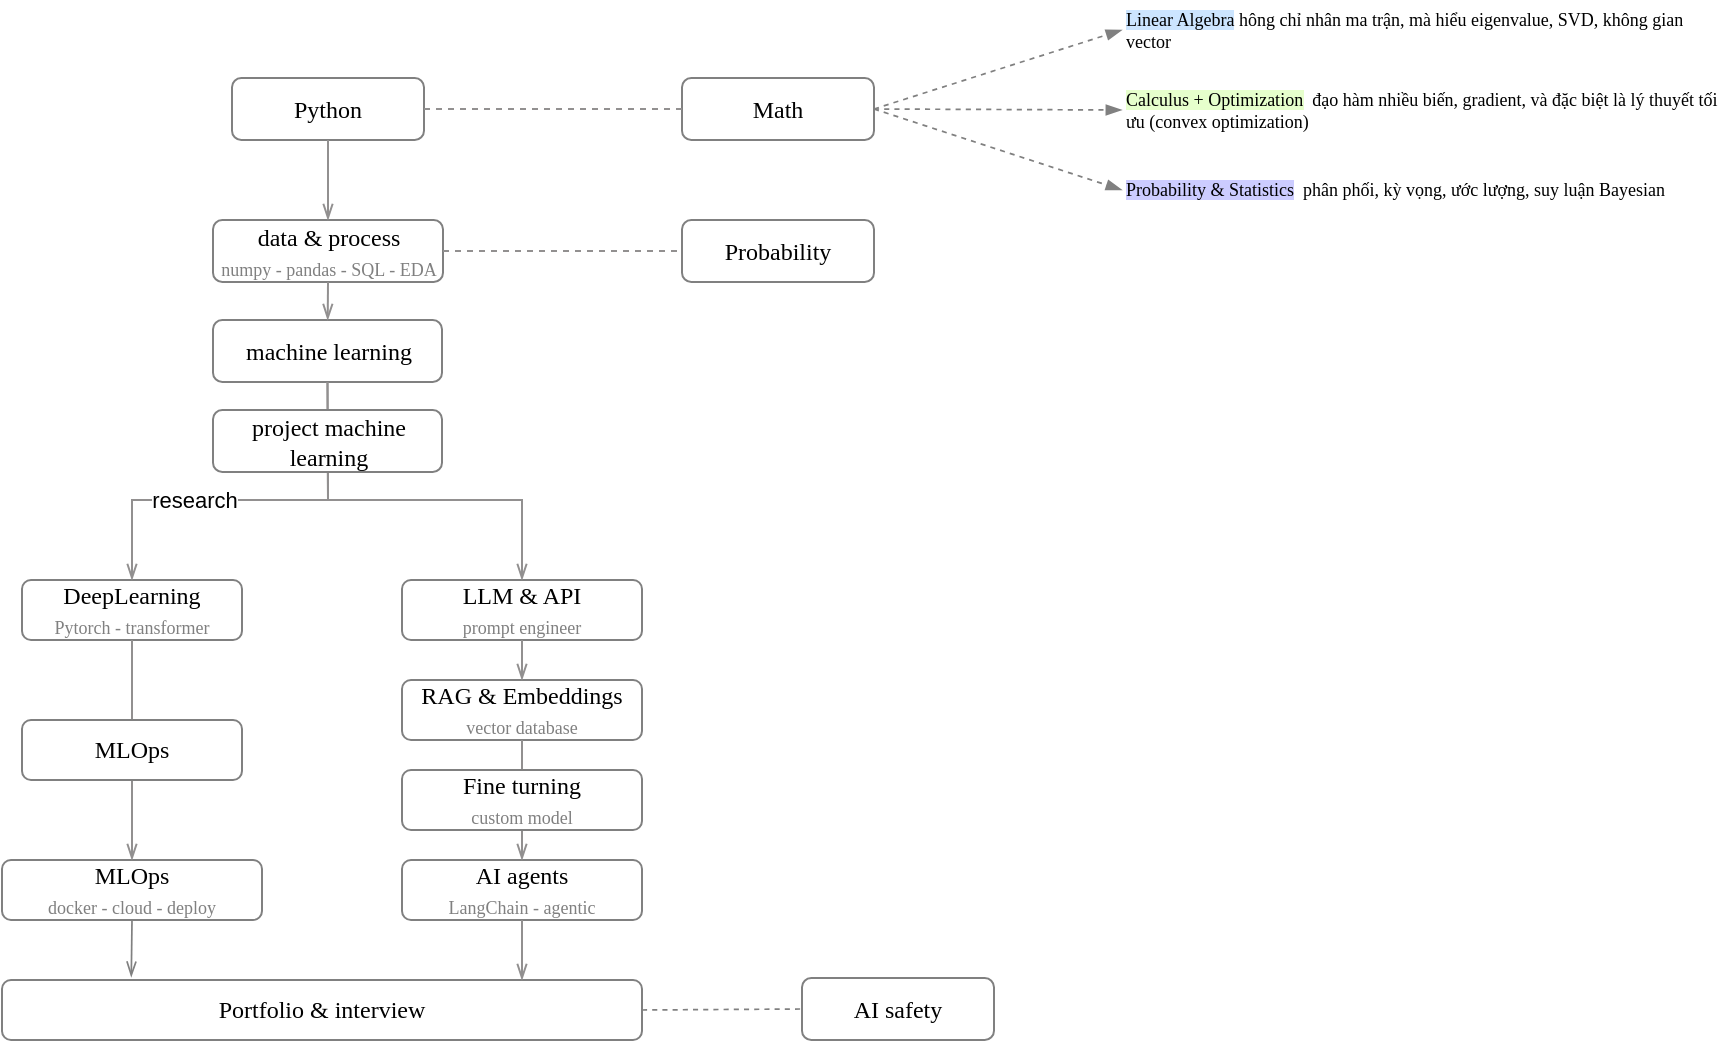
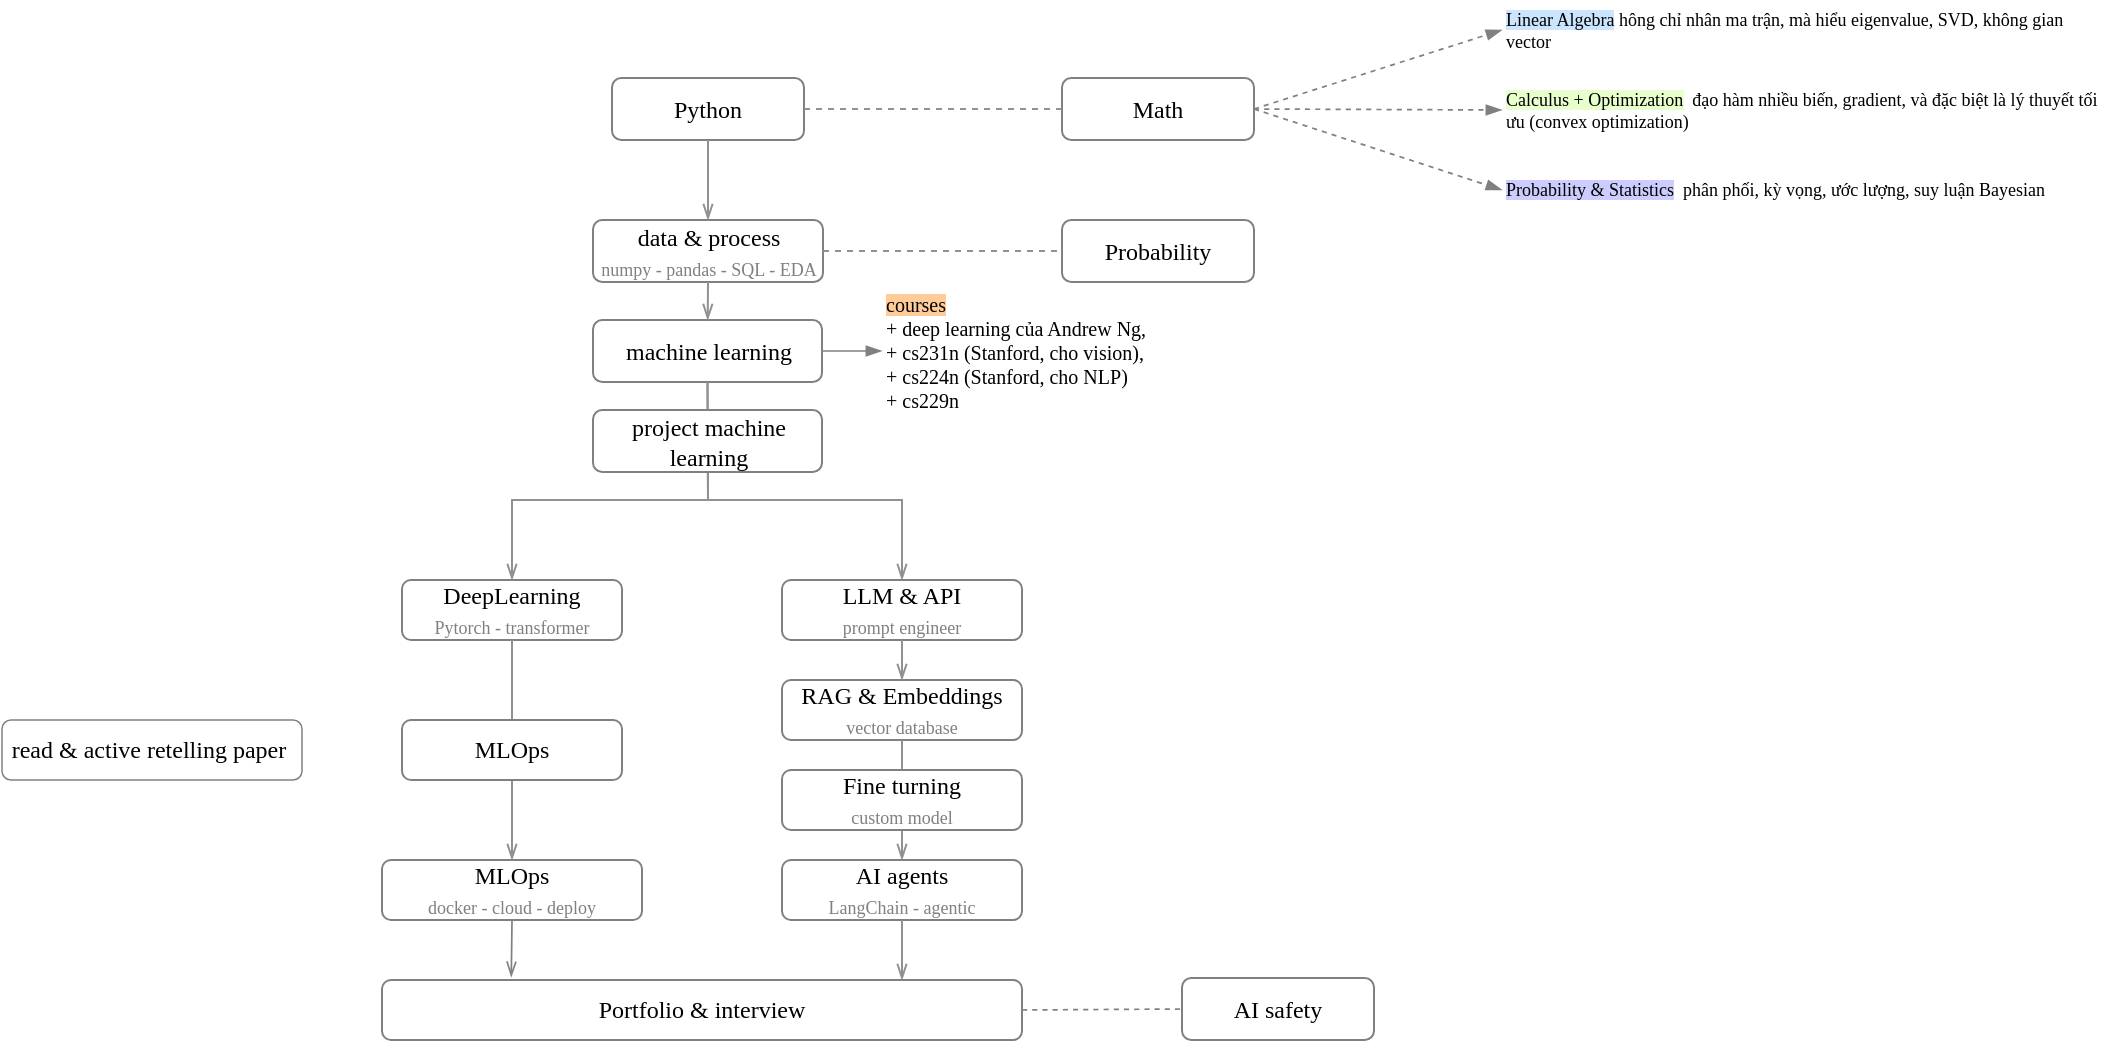
<mxfile host="app.diagrams.net" agent="Mozilla/5.0 (Macintosh; Intel Mac OS X 10_15_7) AppleWebKit/537.36 (KHTML, like Gecko) draw.io/29.3.0 Chrome/140.0.7339.249 Electron/38.7.2 Safari/537.36" pages="4">
  <diagram name="overview" id="cAlCBEzrJN6Ur7Pin5lN">
-     <mxGraphModel dx="790" dy="352" grid="1" gridSize="10" guides="1" tooltips="1" connect="1" arrows="1" fold="1" page="1" pageScale="1" pageWidth="827" pageHeight="1169" math="0" shadow="0">
+     <mxGraphModel dx="1149" dy="512" grid="1" gridSize="10" guides="1" tooltips="1" connect="1" arrows="1" fold="1" page="1" pageScale="1" pageWidth="827" pageHeight="1169" math="0" shadow="0">
      <root>
        <mxCell id="0" />
        <mxCell id="1" parent="0" />
        <mxCell id="zTdwEjZ7j_-9_ITJUfBh-1" parent="1" style="rounded=1;whiteSpace=wrap;html=1;fontFamily=Comic Sans MS;strokeColor=#808080;" value="Python" vertex="1">
          <mxGeometry height="31" width="96" x="315" y="489" as="geometry" />
        </mxCell>
        <mxCell id="zTdwEjZ7j_-9_ITJUfBh-2" parent="1" style="rounded=1;whiteSpace=wrap;html=1;fontFamily=Comic Sans MS;strokeColor=#808080;" value="Math" vertex="1">
          <mxGeometry height="31" width="96" x="540" y="489" as="geometry" />
        </mxCell>
        <mxCell id="zTdwEjZ7j_-9_ITJUfBh-4" parent="1" style="rounded=1;whiteSpace=wrap;html=1;fontFamily=Comic Sans MS;strokeColor=#808080;" value="data &amp;amp; process&lt;div&gt;&lt;font style=&quot;font-size: 9px; color: rgb(128, 128, 128);&quot;&gt;numpy - pandas - SQL - EDA&lt;/font&gt;&lt;/div&gt;" vertex="1">
          <mxGeometry height="31" width="115" x="305.5" y="560" as="geometry" />
        </mxCell>
        <mxCell id="zTdwEjZ7j_-9_ITJUfBh-5" parent="1" style="rounded=1;whiteSpace=wrap;html=1;fontFamily=Comic Sans MS;strokeColor=#808080;" value="Probability" vertex="1">
          <mxGeometry height="31" width="96" x="540" y="560" as="geometry" />
        </mxCell>
        <mxCell id="zTdwEjZ7j_-9_ITJUfBh-6" edge="1" parent="1" source="zTdwEjZ7j_-9_ITJUfBh-4" style="endArrow=none;html=1;rounded=0;endFill=0;strokeColor=light-dark(#929090, #ededed);entryX=0;entryY=0.5;entryDx=0;entryDy=0;exitX=1;exitY=0.5;exitDx=0;exitDy=0;dashed=1;" target="zTdwEjZ7j_-9_ITJUfBh-5" value="">
          <mxGeometry height="50" relative="1" width="50" as="geometry">
            <mxPoint x="350" y="560" as="sourcePoint" />
            <mxPoint x="400" y="510" as="targetPoint" />
          </mxGeometry>
        </mxCell>
        <mxCell id="zTdwEjZ7j_-9_ITJUfBh-7" edge="1" parent="1" source="zTdwEjZ7j_-9_ITJUfBh-1" style="endArrow=none;html=1;rounded=0;endFill=0;strokeColor=light-dark(#929090, #ededed);exitX=1;exitY=0.5;exitDx=0;exitDy=0;entryX=0;entryY=0.5;entryDx=0;entryDy=0;dashed=1;" target="zTdwEjZ7j_-9_ITJUfBh-2" value="">
          <mxGeometry height="50" relative="1" width="50" as="geometry">
            <mxPoint x="350" y="575" as="sourcePoint" />
            <mxPoint x="500" y="525" as="targetPoint" />
          </mxGeometry>
        </mxCell>
        <mxCell id="zTdwEjZ7j_-9_ITJUfBh-8" parent="1" style="rounded=1;whiteSpace=wrap;html=1;fontFamily=Comic Sans MS;strokeColor=#808080;" value="machine learning" vertex="1">
          <mxGeometry height="31" width="114.5" x="305.5" y="610" as="geometry" />
        </mxCell>
        <mxCell id="zTdwEjZ7j_-9_ITJUfBh-9" edge="1" parent="1" source="zTdwEjZ7j_-9_ITJUfBh-1" style="endArrow=openThin;html=1;rounded=0;endFill=0;strokeColor=light-dark(#929090, #ededed);exitX=0.5;exitY=1;exitDx=0;exitDy=0;" target="zTdwEjZ7j_-9_ITJUfBh-4" value="">
          <mxGeometry height="50" relative="1" width="50" as="geometry">
            <mxPoint x="350" y="560" as="sourcePoint" />
            <mxPoint x="400" y="510" as="targetPoint" />
          </mxGeometry>
        </mxCell>
        <mxCell id="zTdwEjZ7j_-9_ITJUfBh-10" edge="1" parent="1" source="zTdwEjZ7j_-9_ITJUfBh-4" style="endArrow=openThin;html=1;rounded=0;endFill=0;strokeColor=light-dark(#929090, #ededed);exitX=0.5;exitY=1;exitDx=0;exitDy=0;" target="zTdwEjZ7j_-9_ITJUfBh-8" value="">
          <mxGeometry height="50" relative="1" width="50" as="geometry">
            <mxPoint x="350" y="560" as="sourcePoint" />
            <mxPoint x="400" y="510" as="targetPoint" />
          </mxGeometry>
        </mxCell>
        <mxCell id="zTdwEjZ7j_-9_ITJUfBh-11" parent="1" style="rounded=1;whiteSpace=wrap;html=1;fontFamily=Comic Sans MS;strokeColor=#808080;" value="DeepLearning&lt;br&gt;&lt;font style=&quot;font-size: 9px; color: rgb(128, 128, 128);&quot;&gt;Pytorch - transformer&lt;/font&gt;" vertex="1">
          <mxGeometry height="30" width="110" x="210" y="740" as="geometry" />
        </mxCell>
        <mxCell id="zTdwEjZ7j_-9_ITJUfBh-12" parent="1" style="rounded=1;whiteSpace=wrap;html=1;fontFamily=Comic Sans MS;strokeColor=#808080;" value="LLM &amp;amp; API&lt;br&gt;&lt;font style=&quot;font-size: 9px; color: rgb(128, 128, 128);&quot;&gt;prompt engineer&lt;/font&gt;" vertex="1">
          <mxGeometry height="30" width="120" x="400" y="740" as="geometry" />
        </mxCell>
        <mxCell id="zTdwEjZ7j_-9_ITJUfBh-13" parent="1" style="rounded=1;whiteSpace=wrap;html=1;fontFamily=Comic Sans MS;strokeColor=#808080;" value="RAG &amp;amp; Embeddings&lt;div&gt;&lt;font style=&quot;font-size: 9px; color: rgb(128, 128, 128);&quot;&gt;vector database&lt;/font&gt;&lt;/div&gt;" vertex="1">
          <mxGeometry height="30" width="120" x="400" y="790" as="geometry" />
        </mxCell>
        <mxCell id="zTdwEjZ7j_-9_ITJUfBh-14" parent="1" style="rounded=1;whiteSpace=wrap;html=1;fontFamily=Comic Sans MS;strokeColor=#808080;" value="MLOps&lt;div&gt;&lt;font style=&quot;font-size: 9px; color: rgb(128, 128, 128);&quot;&gt;docker - cloud - deploy&lt;/font&gt;&lt;/div&gt;" vertex="1">
          <mxGeometry height="30" width="130" x="200" y="880" as="geometry" />
        </mxCell>
        <mxCell id="zTdwEjZ7j_-9_ITJUfBh-15" parent="1" style="rounded=1;whiteSpace=wrap;html=1;fontFamily=Comic Sans MS;strokeColor=#808080;" value="Portfolio &amp;amp; interview" vertex="1">
          <mxGeometry height="30" width="320" x="200" y="940" as="geometry" />
        </mxCell>
        <mxCell id="zTdwEjZ7j_-9_ITJUfBh-16" parent="1" style="rounded=1;whiteSpace=wrap;html=1;fontFamily=Comic Sans MS;strokeColor=#808080;" value="AI agents&lt;br&gt;&lt;font style=&quot;font-size: 9px; color: rgb(128, 128, 128);&quot;&gt;LangChain - agentic&lt;/font&gt;" vertex="1">
          <mxGeometry height="30" width="120" x="400" y="880" as="geometry" />
        </mxCell>
        <mxCell id="zTdwEjZ7j_-9_ITJUfBh-17" edge="1" parent="1" source="zTdwEjZ7j_-9_ITJUfBh-8" style="endArrow=openThin;html=1;rounded=0;endFill=0;strokeColor=light-dark(#929090, #ededed);entryX=0.5;entryY=0;entryDx=0;entryDy=0;exitX=0.5;exitY=1;exitDx=0;exitDy=0;" target="zTdwEjZ7j_-9_ITJUfBh-12" value="">
          <mxGeometry height="50" relative="1" width="50" as="geometry">
            <Array as="points">
              <mxPoint x="363" y="700" />
              <mxPoint x="460" y="700" />
            </Array>
            <mxPoint x="300" y="780" as="sourcePoint" />
            <mxPoint x="350" y="730" as="targetPoint" />
          </mxGeometry>
        </mxCell>
        <mxCell id="zTdwEjZ7j_-9_ITJUfBh-18" edge="1" parent="1" source="zTdwEjZ7j_-9_ITJUfBh-8" style="endArrow=openThin;html=1;rounded=0;endFill=0;strokeColor=light-dark(#929090, #ededed);exitX=0.5;exitY=1;exitDx=0;exitDy=0;entryX=0.5;entryY=0;entryDx=0;entryDy=0;" target="zTdwEjZ7j_-9_ITJUfBh-11" value="">
          <mxGeometry height="50" relative="1" width="50" as="geometry">
            <Array as="points">
              <mxPoint x="363" y="700" />
              <mxPoint x="265" y="700" />
            </Array>
            <mxPoint x="300" y="780" as="sourcePoint" />
            <mxPoint x="350" y="730" as="targetPoint" />
          </mxGeometry>
        </mxCell>
-         <mxCell id="RL8-EkVr3OvldoPUYXMJ-8" connectable="0" parent="zTdwEjZ7j_-9_ITJUfBh-18" style="edgeLabel;html=1;align=center;verticalAlign=middle;resizable=0;points=[];" value="research" vertex="1">
-           <mxGeometry relative="1" x="0.2809" as="geometry">
-             <mxPoint as="offset" />
-           </mxGeometry>
-         </mxCell>
        <mxCell id="zTdwEjZ7j_-9_ITJUfBh-19" edge="1" parent="1" source="zTdwEjZ7j_-9_ITJUfBh-11" style="endArrow=openThin;html=1;rounded=0;endFill=0;strokeColor=light-dark(#929090, #ededed);exitX=0.5;exitY=1;exitDx=0;exitDy=0;" target="zTdwEjZ7j_-9_ITJUfBh-14" value="">
          <mxGeometry height="50" relative="1" width="50" as="geometry">
            <mxPoint x="290" y="800" as="sourcePoint" />
            <mxPoint x="340" y="750" as="targetPoint" />
          </mxGeometry>
        </mxCell>
        <mxCell id="zTdwEjZ7j_-9_ITJUfBh-21" edge="1" parent="1" source="zTdwEjZ7j_-9_ITJUfBh-12" style="endArrow=openThin;html=1;rounded=0;endFill=0;strokeColor=light-dark(#929090, #ededed);exitX=0.5;exitY=1;exitDx=0;exitDy=0;entryX=0.5;entryY=0;entryDx=0;entryDy=0;" target="zTdwEjZ7j_-9_ITJUfBh-13" value="">
          <mxGeometry height="50" relative="1" width="50" as="geometry">
            <mxPoint x="290" y="800" as="sourcePoint" />
            <mxPoint x="340" y="750" as="targetPoint" />
          </mxGeometry>
        </mxCell>
        <mxCell id="zTdwEjZ7j_-9_ITJUfBh-22" edge="1" parent="1" source="zTdwEjZ7j_-9_ITJUfBh-13" style="endArrow=openThin;html=1;rounded=0;endFill=0;strokeColor=light-dark(#929090, #ededed);exitX=0.5;exitY=1;exitDx=0;exitDy=0;entryX=0.5;entryY=0;entryDx=0;entryDy=0;" target="zTdwEjZ7j_-9_ITJUfBh-16" value="">
          <mxGeometry height="50" relative="1" width="50" as="geometry">
            <mxPoint x="290" y="800" as="sourcePoint" />
            <mxPoint x="340" y="750" as="targetPoint" />
          </mxGeometry>
        </mxCell>
        <mxCell id="zTdwEjZ7j_-9_ITJUfBh-23" edge="1" parent="1" source="zTdwEjZ7j_-9_ITJUfBh-16" style="endArrow=openThin;html=1;rounded=0;endFill=0;strokeColor=light-dark(#929090, #ededed);exitX=0.5;exitY=1;exitDx=0;exitDy=0;" value="">
          <mxGeometry height="50" relative="1" width="50" as="geometry">
            <mxPoint x="290" y="800" as="sourcePoint" />
            <mxPoint x="460" y="940" as="targetPoint" />
          </mxGeometry>
        </mxCell>
        <mxCell id="RL8-EkVr3OvldoPUYXMJ-1" parent="1" style="rounded=1;whiteSpace=wrap;html=1;fontFamily=Comic Sans MS;strokeColor=#808080;" value="project machine learning" vertex="1">
          <mxGeometry height="31" width="114.5" x="305.5" y="655" as="geometry" />
        </mxCell>
        <mxCell id="RL8-EkVr3OvldoPUYXMJ-3" parent="1" style="rounded=1;whiteSpace=wrap;html=1;fontFamily=Comic Sans MS;strokeColor=#808080;" value="MLOps" vertex="1">
          <mxGeometry height="30" width="110" x="210" y="810" as="geometry" />
        </mxCell>
        <mxCell id="RL8-EkVr3OvldoPUYXMJ-4" edge="1" parent="1" source="zTdwEjZ7j_-9_ITJUfBh-14" style="endArrow=openThin;html=1;rounded=0;strokeColor=#808080;endFill=0;strokeWidth=0.85;exitX=0.5;exitY=1;exitDx=0;exitDy=0;entryX=0.202;entryY=-0.05;entryDx=0;entryDy=0;entryPerimeter=0;" target="zTdwEjZ7j_-9_ITJUfBh-15" value="">
          <mxGeometry height="50" relative="1" width="50" as="geometry">
            <mxPoint x="390" y="820" as="sourcePoint" />
            <mxPoint x="440" y="770" as="targetPoint" />
          </mxGeometry>
        </mxCell>
        <mxCell id="RL8-EkVr3OvldoPUYXMJ-5" parent="1" style="rounded=1;whiteSpace=wrap;html=1;fontFamily=Comic Sans MS;strokeColor=#808080;" value="Fine turning&lt;div&gt;&lt;font style=&quot;font-size: 9px; color: rgb(128, 128, 128);&quot;&gt;custom model&lt;/font&gt;&lt;/div&gt;" vertex="1">
          <mxGeometry height="30" width="120" x="400" y="835" as="geometry" />
        </mxCell>
        <mxCell id="RL8-EkVr3OvldoPUYXMJ-6" parent="1" style="rounded=1;whiteSpace=wrap;html=1;fontFamily=Comic Sans MS;strokeColor=#808080;" value="AI safety" vertex="1">
          <mxGeometry height="31" width="96" x="600" y="939" as="geometry" />
        </mxCell>
        <mxCell id="RL8-EkVr3OvldoPUYXMJ-7" edge="1" parent="1" source="zTdwEjZ7j_-9_ITJUfBh-15" style="endArrow=none;html=1;rounded=0;strokeColor=#808080;endFill=0;strokeWidth=0.85;exitX=1;exitY=0.5;exitDx=0;exitDy=0;entryX=0;entryY=0.5;entryDx=0;entryDy=0;dashed=1;" target="RL8-EkVr3OvldoPUYXMJ-6" value="">
          <mxGeometry height="50" relative="1" width="50" as="geometry">
            <mxPoint x="390" y="880" as="sourcePoint" />
            <mxPoint x="440" y="830" as="targetPoint" />
          </mxGeometry>
        </mxCell>
        <mxCell id="RL8-EkVr3OvldoPUYXMJ-9" parent="1" style="text;html=1;whiteSpace=wrap;strokeColor=none;fillColor=none;align=left;verticalAlign=middle;rounded=0;fontFamily=Comic Sans MS;fontSize=9;" value="&lt;span style=&quot;background-color: rgb(204, 229, 255);&quot;&gt;Linear Algebra&lt;/span&gt;&lt;span&gt;&amp;nbsp;hông chỉ nhân ma trận, mà hiểu eigenvalue, SVD, không gian vector&lt;/span&gt;" vertex="1">
          <mxGeometry height="30" width="300" x="760" y="450" as="geometry" />
        </mxCell>
        <mxCell id="RL8-EkVr3OvldoPUYXMJ-10" parent="1" style="text;html=1;whiteSpace=wrap;strokeColor=none;fillColor=none;align=left;verticalAlign=middle;rounded=0;fontFamily=Comic Sans MS;fontSize=9;strokeWidth=2;" value="&lt;span style=&quot;background-color: rgb(230, 255, 204);&quot;&gt;Calculus +&amp;nbsp;Optimization&lt;/span&gt;&lt;span&gt;&amp;nbsp;&amp;nbsp;đạo hàm nhiều biến, gradient, và đặc biệt là lý thuyết tối ưu (convex optimization)&lt;/span&gt;" vertex="1">
          <mxGeometry height="30" width="300" x="760" y="490" as="geometry" />
        </mxCell>
        <mxCell id="RL8-EkVr3OvldoPUYXMJ-11" parent="1" style="text;html=1;whiteSpace=wrap;strokeColor=none;fillColor=none;align=left;verticalAlign=middle;rounded=0;fontFamily=Comic Sans MS;fontSize=9;" value="&lt;span style=&quot;background-color: rgb(204, 204, 255);&quot;&gt;Probability &amp;amp;&amp;nbsp;Statistics&lt;/span&gt;&lt;span&gt;&amp;nbsp;&amp;nbsp;phân phối, kỳ vọng, ước lượng, suy luận Bayesian&lt;/span&gt;" vertex="1">
          <mxGeometry height="30" width="300" x="760" y="530" as="geometry" />
        </mxCell>
        <mxCell id="RL8-EkVr3OvldoPUYXMJ-12" edge="1" parent="1" source="zTdwEjZ7j_-9_ITJUfBh-2" style="endArrow=blockThin;html=1;rounded=0;strokeColor=#808080;endFill=1;strokeWidth=0.85;entryX=0;entryY=0.5;entryDx=0;entryDy=0;exitX=1;exitY=0.5;exitDx=0;exitDy=0;dashed=1;" target="RL8-EkVr3OvldoPUYXMJ-9" value="">
          <mxGeometry height="50" relative="1" width="50" as="geometry">
            <mxPoint x="560" y="500" as="sourcePoint" />
            <mxPoint x="610" y="450" as="targetPoint" />
          </mxGeometry>
        </mxCell>
        <mxCell id="RL8-EkVr3OvldoPUYXMJ-13" edge="1" parent="1" source="zTdwEjZ7j_-9_ITJUfBh-2" style="endArrow=blockThin;html=1;rounded=0;strokeColor=#808080;endFill=1;strokeWidth=0.85;entryX=0;entryY=0.5;entryDx=0;entryDy=0;exitX=1;exitY=0.5;exitDx=0;exitDy=0;dashed=1;" target="RL8-EkVr3OvldoPUYXMJ-10" value="">
          <mxGeometry height="50" relative="1" width="50" as="geometry">
            <mxPoint x="560" y="500" as="sourcePoint" />
            <mxPoint x="610" y="450" as="targetPoint" />
          </mxGeometry>
        </mxCell>
        <mxCell id="RL8-EkVr3OvldoPUYXMJ-14" edge="1" parent="1" source="zTdwEjZ7j_-9_ITJUfBh-2" style="endArrow=blockThin;html=1;rounded=0;strokeColor=#808080;endFill=1;strokeWidth=0.85;exitX=1;exitY=0.5;exitDx=0;exitDy=0;entryX=0;entryY=0.5;entryDx=0;entryDy=0;dashed=1;" target="RL8-EkVr3OvldoPUYXMJ-11" value="">
          <mxGeometry height="50" relative="1" width="50" as="geometry">
            <mxPoint x="560" y="500" as="sourcePoint" />
            <mxPoint x="610" y="450" as="targetPoint" />
          </mxGeometry>
        </mxCell>
+         <mxCell id="RL8-EkVr3OvldoPUYXMJ-15" parent="1" style="text;html=1;whiteSpace=wrap;strokeColor=none;fillColor=none;align=left;verticalAlign=middle;rounded=0;fontFamily=Comic Sans MS;fontSize=10;" value="&lt;div&gt;&lt;span style=&quot;background-color: rgb(255, 204, 153);&quot;&gt;courses&lt;/span&gt;&lt;/div&gt;+ deep learning của Andrew Ng,&amp;nbsp;&lt;div&gt;+ cs231n (Stanford, cho vision),&amp;nbsp;&lt;/div&gt;&lt;div&gt;+ cs224n (Stanford, cho NLP)&lt;br&gt;+ cs229n&lt;/div&gt;" vertex="1">
+           <mxGeometry height="60" width="170" x="450" y="595.5" as="geometry" />
+         </mxCell>
+         <mxCell id="RL8-EkVr3OvldoPUYXMJ-16" parent="1" style="rounded=1;whiteSpace=wrap;html=1;strokeColor=#808080;fontFamily=Comic Sans MS;strokeWidth=0.75;" value="read &amp;amp;&amp;nbsp;active retelling paper&amp;nbsp;" vertex="1">
+           <mxGeometry height="30" width="150" x="10" y="810" as="geometry" />
+         </mxCell>
+         <mxCell id="RL8-EkVr3OvldoPUYXMJ-17" edge="1" parent="1" source="zTdwEjZ7j_-9_ITJUfBh-8" style="endArrow=blockThin;html=1;rounded=0;strokeColor=#808080;endFill=1;strokeWidth=0.85;exitX=1;exitY=0.5;exitDx=0;exitDy=0;entryX=0;entryY=0.5;entryDx=0;entryDy=0;" target="RL8-EkVr3OvldoPUYXMJ-15" value="">
+           <mxGeometry height="50" relative="1" width="50" as="geometry">
+             <mxPoint x="280" y="480" as="sourcePoint" />
+             <mxPoint x="330" y="430" as="targetPoint" />
+           </mxGeometry>
+         </mxCell>
      </root>
    </mxGraphModel>
  </diagram>
  <diagram id="UOBW3iFDmhUj1Tzh1QrL" name="python">
    <mxGraphModel dx="1725" dy="984" grid="1" gridSize="10" guides="1" tooltips="1" connect="1" arrows="1" fold="1" page="1" pageScale="1" pageWidth="827" pageHeight="1169" math="0" shadow="0">
      <root>
        <mxCell id="0" />
        <mxCell id="1" parent="0" />
      </root>
    </mxGraphModel>
  </diagram>
  <diagram id="m8GAUy3Aqo1FDhopTY1m" name="math">
    <mxGraphModel dx="1725" dy="984" grid="1" gridSize="10" guides="1" tooltips="1" connect="1" arrows="1" fold="1" page="1" pageScale="1" pageWidth="827" pageHeight="1169" math="0" shadow="0">
      <root>
        <mxCell id="0" />
        <mxCell id="1" parent="0" />
      </root>
    </mxGraphModel>
  </diagram>
  <diagram id="iIlrw0R1UCY4nR05RIuw" name="agent">
    <mxGraphModel dx="2265" dy="820" grid="1" gridSize="10" guides="1" tooltips="1" connect="1" arrows="1" fold="1" page="1" pageScale="1" pageWidth="827" pageHeight="1169" math="0" shadow="0">
      <root>
        <mxCell id="0" />
        <mxCell id="1" parent="0" />
        <mxCell id="3Uv-7dnaONPzhC1kDc2I-1" parent="1" style="text;html=1;whiteSpace=wrap;strokeColor=none;fillColor=none;align=center;verticalAlign=middle;rounded=0;" value="&lt;font face=&quot;Comic Sans MS&quot;&gt;working flow&amp;nbsp;&lt;/font&gt;" vertex="1">
          <mxGeometry height="30" width="110" x="600" y="480" as="geometry" />
        </mxCell>
        <mxCell id="3Uv-7dnaONPzhC1kDc2I-3" parent="1" style="text;html=1;whiteSpace=wrap;strokeColor=none;fillColor=none;align=center;verticalAlign=middle;rounded=0;" value="&lt;font face=&quot;Comic Sans MS&quot;&gt;prompt chaining&amp;nbsp;&lt;/font&gt;" vertex="1">
          <mxGeometry height="30" width="110" x="820" y="230" as="geometry" />
        </mxCell>
        <mxCell id="3Uv-7dnaONPzhC1kDc2I-4" edge="1" parent="1" source="3Uv-7dnaONPzhC1kDc2I-1" style="endArrow=openThin;html=1;rounded=0;endFill=0;strokeColor=light-dark(#929090, #ededed);exitX=1;exitY=0.5;exitDx=0;exitDy=0;entryX=0;entryY=0.5;entryDx=0;entryDy=0;" target="3Uv-7dnaONPzhC1kDc2I-3" value="">
          <mxGeometry height="50" relative="1" width="50" as="geometry">
            <mxPoint x="790" y="370" as="sourcePoint" />
            <mxPoint x="840" y="320" as="targetPoint" />
          </mxGeometry>
        </mxCell>
        <mxCell id="3Uv-7dnaONPzhC1kDc2I-5" parent="1" style="text;html=1;whiteSpace=wrap;strokeColor=none;fillColor=none;align=center;verticalAlign=middle;rounded=0;" value="&lt;font face=&quot;Comic Sans MS&quot;&gt;routing&lt;/font&gt;" vertex="1">
          <mxGeometry height="30" width="80" x="820" y="350" as="geometry" />
        </mxCell>
        <mxCell id="3Uv-7dnaONPzhC1kDc2I-6" parent="1" style="text;html=1;whiteSpace=wrap;strokeColor=none;fillColor=none;align=center;verticalAlign=middle;rounded=0;" value="&lt;font face=&quot;Comic Sans MS&quot;&gt;Evaluator - Optimizer / Reflection&lt;/font&gt;" vertex="1">
          <mxGeometry height="30" width="220" x="820" y="480" as="geometry" />
        </mxCell>
        <mxCell id="3Uv-7dnaONPzhC1kDc2I-7" edge="1" parent="1" source="3Uv-7dnaONPzhC1kDc2I-1" style="endArrow=openThin;html=1;rounded=0;endFill=0;strokeColor=light-dark(#929090, #ededed);exitX=1;exitY=0.5;exitDx=0;exitDy=0;entryX=0;entryY=0.5;entryDx=0;entryDy=0;" target="3Uv-7dnaONPzhC1kDc2I-5" value="">
          <mxGeometry height="50" relative="1" width="50" as="geometry">
            <mxPoint x="790" y="440" as="sourcePoint" />
            <mxPoint x="840" y="390" as="targetPoint" />
          </mxGeometry>
        </mxCell>
        <mxCell id="3Uv-7dnaONPzhC1kDc2I-8" edge="1" parent="1" source="3Uv-7dnaONPzhC1kDc2I-1" style="endArrow=openThin;html=1;rounded=0;endFill=0;strokeColor=light-dark(#929090, #ededed);exitX=1;exitY=0.5;exitDx=0;exitDy=0;" target="3Uv-7dnaONPzhC1kDc2I-6" value="">
          <mxGeometry height="50" relative="1" width="50" as="geometry">
            <mxPoint x="790" y="440" as="sourcePoint" />
            <mxPoint x="840" y="390" as="targetPoint" />
          </mxGeometry>
        </mxCell>
        <mxCell id="3Uv-7dnaONPzhC1kDc2I-9" parent="1" style="text;html=1;whiteSpace=wrap;strokeColor=none;fillColor=none;align=center;verticalAlign=middle;rounded=0;" value="&lt;font face=&quot;Comic Sans MS&quot;&gt;Orchestrator - Workers&lt;/font&gt;" vertex="1">
          <mxGeometry height="30" width="150" x="820" y="590" as="geometry" />
        </mxCell>
        <mxCell id="3Uv-7dnaONPzhC1kDc2I-10" edge="1" parent="1" source="3Uv-7dnaONPzhC1kDc2I-1" style="endArrow=openThin;html=1;rounded=0;endFill=0;strokeColor=light-dark(#929090, #ededed);entryX=0;entryY=0.5;entryDx=0;entryDy=0;exitX=1;exitY=0.5;exitDx=0;exitDy=0;" target="3Uv-7dnaONPzhC1kDc2I-9" value="">
          <mxGeometry height="50" relative="1" width="50" as="geometry">
            <mxPoint x="790" y="610" as="sourcePoint" />
            <mxPoint x="840" y="560" as="targetPoint" />
          </mxGeometry>
        </mxCell>
        <mxCell id="3Uv-7dnaONPzhC1kDc2I-11" parent="1" style="text;html=1;whiteSpace=wrap;strokeColor=none;fillColor=none;align=center;verticalAlign=middle;rounded=0;" value="&lt;font face=&quot;Comic Sans MS&quot;&gt;RAG - Retrieval-Augmented Generation&lt;/font&gt;" vertex="1">
          <mxGeometry height="30" width="240" x="820" y="710" as="geometry" />
        </mxCell>
        <mxCell id="3Uv-7dnaONPzhC1kDc2I-12" edge="1" parent="1" source="3Uv-7dnaONPzhC1kDc2I-1" style="endArrow=openThin;html=1;rounded=0;endFill=0;strokeColor=light-dark(#929090, #ededed);entryX=0;entryY=0.5;entryDx=0;entryDy=0;exitX=1;exitY=0.5;exitDx=0;exitDy=0;" target="3Uv-7dnaONPzhC1kDc2I-11" value="">
          <mxGeometry height="50" relative="1" width="50" as="geometry">
            <mxPoint x="790" y="490" as="sourcePoint" />
            <mxPoint x="840" y="440" as="targetPoint" />
          </mxGeometry>
        </mxCell>
        <mxCell id="3Uv-7dnaONPzhC1kDc2I-13" parent="1" style="rounded=1;whiteSpace=wrap;html=1;fontFamily=Comic Sans MS;strokeColor=#808080;" value="LLM" vertex="1">
          <mxGeometry height="30" width="80" x="-160" y="520" as="geometry" />
        </mxCell>
        <mxCell id="3Uv-7dnaONPzhC1kDc2I-14" parent="1" style="rounded=1;whiteSpace=wrap;html=1;fontFamily=Comic Sans MS;strokeColor=#808080;" value="Planning" vertex="1">
          <mxGeometry height="30" width="90" x="-10" y="680" as="geometry" />
        </mxCell>
        <mxCell id="3Uv-7dnaONPzhC1kDc2I-15" parent="1" style="rounded=1;whiteSpace=wrap;html=1;fontFamily=Comic Sans MS;strokeColor=#808080;" value="Memory" vertex="1">
          <mxGeometry height="30" width="80" x="240" y="560" as="geometry" />
        </mxCell>
        <mxCell id="3Uv-7dnaONPzhC1kDc2I-16" parent="1" style="rounded=1;whiteSpace=wrap;html=1;fontFamily=Comic Sans MS;strokeColor=#808080;" value="Tools/Actions" vertex="1">
          <mxGeometry height="30" width="90" x="70" y="400" as="geometry" />
        </mxCell>
      </root>
    </mxGraphModel>
  </diagram>
</mxfile>
